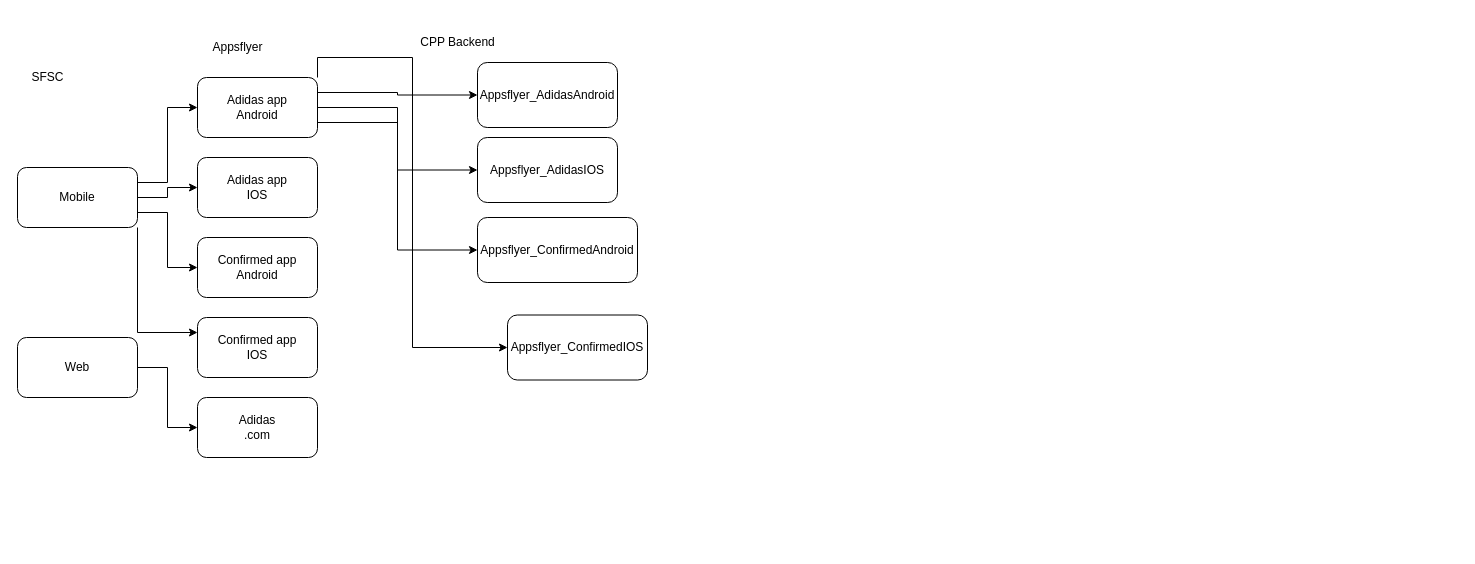
The draw.io diagram Appsflyer.drawio in bhavana184/drawioDiagrams, before the edit. Source tidied: cells renumbered, new cells numbered last; positions are measured from the earlier drawing's top-left corner, leaving out a move shared by most shapes. Both pictures are drawn from the tidied source at 100%, with x=0, y=0 at pixel (17, 27).
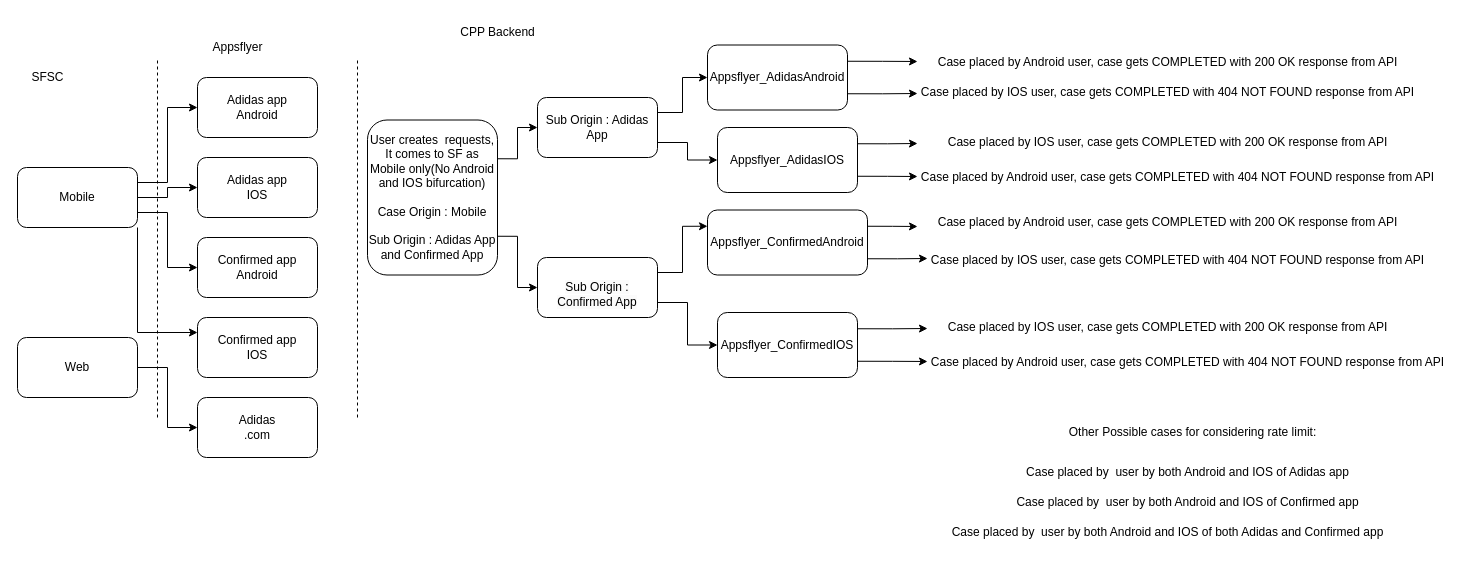
The same page after the edit.

Unchanged cells that the change refers to:
```xml
<mxCell id="14" value="Adidas app&lt;br&gt;Android" style="rounded=1;whiteSpace=wrap;html=1;" parent="1" vertex="1">
  <mxGeometry x="180" y="50" width="120" height="60" as="geometry" />
</mxCell>
```

The edit, as a diff of the source:
```diff
@@
-    <mxCell id="10" style="edgeStyle=orthogonalEdgeStyle;rounded=0;jettySize=auto;html=1;exitX=1;exitY=0.25;exitDx=0;exitDy=0;entryX=0;entryY=0.5;entryDx=0;entryDy=0;" parent="1" edge="1" source="14" target="18">
-      <mxGeometry relative="1" as="geometry" />
-    </mxCell>
-    <mxCell id="11" style="edgeStyle=orthogonalEdgeStyle;rounded=0;jettySize=auto;html=1;exitX=1;exitY=0.5;exitDx=0;exitDy=0;entryX=0;entryY=0.5;entryDx=0;entryDy=0;" parent="1" edge="1" source="14" target="22">
-      <mxGeometry relative="1" as="geometry" />
-    </mxCell>
-    <mxCell id="12" style="edgeStyle=orthogonalEdgeStyle;rounded=0;jettySize=auto;html=1;exitX=1;exitY=0.75;exitDx=0;exitDy=0;entryX=0;entryY=0.5;entryDx=0;entryDy=0;" parent="1" edge="1" source="14" target="23">
-      <mxGeometry relative="1" as="geometry" />
-    </mxCell>
-    <mxCell id="13" style="edgeStyle=orthogonalEdgeStyle;rounded=0;jettySize=auto;html=1;exitX=1;exitY=0;exitDx=0;exitDy=0;entryX=0;entryY=0.5;entryDx=0;entryDy=0;" parent="1" edge="1" source="14" target="24">
-      <mxGeometry relative="1" as="geometry" />
-    </mxCell>
@@
+    <mxCell id="25" style="edgeStyle=orthogonalEdgeStyle;rounded=0;jettySize=auto;html=1;exitX=1;exitY=0.25;exitDx=0;exitDy=0;" parent="1" edge="1" source="18">
+      <mxGeometry relative="1" as="geometry">
+        <mxPoint x="900" y="34" as="targetPoint" />
+      </mxGeometry>
+    </mxCell>
+    <mxCell id="26" style="edgeStyle=orthogonalEdgeStyle;rounded=0;jettySize=auto;html=1;exitX=1;exitY=0.75;exitDx=0;exitDy=0;" parent="1" edge="1" source="18">
+      <mxGeometry relative="1" as="geometry">
+        <mxPoint x="900" y="66" as="targetPoint" />
+      </mxGeometry>
+    </mxCell>
     <mxCell id="18" value="Appsflyer_AdidasAndroid" style="rounded=1;whiteSpace=wrap;html=1;" parent="1" vertex="1">
-      <mxGeometry x="460" y="35" width="140" height="65" as="geometry" />
+      <mxGeometry x="690" y="17.5" width="140" height="65" as="geometry" />
     </mxCell>
@@
     <mxCell id="21" value="CPP Backend" style="text;html=1;align=center;verticalAlign=middle;strokeColor=none;fillColor=none;" parent="1" vertex="1">
-      <mxGeometry x="390" width="100" height="30" as="geometry" />
+      <mxGeometry x="430" y="-10" width="100" height="30" as="geometry" />
     </mxCell>
+    <mxCell id="27" style="edgeStyle=orthogonalEdgeStyle;rounded=0;jettySize=auto;html=1;exitX=1;exitY=0.25;exitDx=0;exitDy=0;" parent="1" edge="1" source="22">
+      <mxGeometry relative="1" as="geometry">
+        <mxPoint x="900" y="116" as="targetPoint" />
+      </mxGeometry>
+    </mxCell>
+    <mxCell id="28" style="edgeStyle=orthogonalEdgeStyle;rounded=0;jettySize=auto;html=1;exitX=1;exitY=0.75;exitDx=0;exitDy=0;" parent="1" edge="1" source="22">
+      <mxGeometry relative="1" as="geometry">
+        <mxPoint x="900" y="149" as="targetPoint" />
+      </mxGeometry>
+    </mxCell>
     <mxCell id="22" value="Appsflyer_AdidasIOS" style="rounded=1;whiteSpace=wrap;html=1;" parent="1" vertex="1">
-      <mxGeometry x="460" y="110" width="140" height="65" as="geometry" />
+      <mxGeometry x="700" y="100" width="140" height="65" as="geometry" />
     </mxCell>
+    <mxCell id="29" style="edgeStyle=orthogonalEdgeStyle;rounded=0;jettySize=auto;html=1;exitX=1;exitY=0.25;exitDx=0;exitDy=0;" parent="1" edge="1" source="23">
+      <mxGeometry relative="1" as="geometry">
+        <mxPoint x="900" y="199" as="targetPoint" />
+      </mxGeometry>
+    </mxCell>
+    <mxCell id="30" style="edgeStyle=orthogonalEdgeStyle;rounded=0;jettySize=auto;html=1;exitX=1;exitY=0.75;exitDx=0;exitDy=0;" parent="1" edge="1" source="23">
+      <mxGeometry relative="1" as="geometry">
+        <mxPoint x="910" y="231" as="targetPoint" />
+      </mxGeometry>
+    </mxCell>
     <mxCell id="23" value="Appsflyer_ConfirmedAndroid" style="rounded=1;whiteSpace=wrap;html=1;" parent="1" vertex="1">
-      <mxGeometry x="460" y="190" width="160" height="65" as="geometry" />
+      <mxGeometry x="690" y="182.5" width="160" height="65" as="geometry" />
     </mxCell>
+    <mxCell id="31" style="edgeStyle=orthogonalEdgeStyle;rounded=0;jettySize=auto;html=1;exitX=1;exitY=0.25;exitDx=0;exitDy=0;" parent="1" edge="1" source="24">
+      <mxGeometry relative="1" as="geometry">
+        <mxPoint x="910" y="301" as="targetPoint" />
+      </mxGeometry>
+    </mxCell>
+    <mxCell id="32" style="edgeStyle=orthogonalEdgeStyle;rounded=0;jettySize=auto;html=1;exitX=1;exitY=0.75;exitDx=0;exitDy=0;" parent="1" edge="1" source="24">
+      <mxGeometry relative="1" as="geometry">
+        <mxPoint x="910" y="334" as="targetPoint" />
+      </mxGeometry>
+    </mxCell>
     <mxCell id="24" value="Appsflyer_ConfirmedIOS" style="rounded=1;whiteSpace=wrap;html=1;" parent="1" vertex="1">
-      <mxGeometry x="490" y="287.5" width="140" height="65" as="geometry" />
+      <mxGeometry x="700" y="285" width="140" height="65" as="geometry" />
     </mxCell>
+    <mxCell id="33" style="endArrow=none;dashed=1;html=1;rounded=0;" parent="1" edge="1">
+      <mxGeometry relative="1" as="geometry">
+        <mxPoint x="140" y="390" as="sourcePoint" />
+        <mxPoint x="140" y="30" as="targetPoint" />
+      </mxGeometry>
+    </mxCell>
+    <mxCell id="34" style="endArrow=none;dashed=1;html=1;rounded=0;" parent="1" edge="1">
+      <mxGeometry relative="1" as="geometry">
+        <mxPoint x="340" y="390" as="sourcePoint" />
+        <mxPoint x="340" y="30" as="targetPoint" />
+      </mxGeometry>
+    </mxCell>
+    <mxCell id="35" style="edgeStyle=orthogonalEdgeStyle;rounded=0;jettySize=auto;html=1;exitX=1;exitY=0.25;exitDx=0;exitDy=0;entryX=0;entryY=0.5;entryDx=0;entryDy=0;" parent="1" edge="1" source="37" target="40">
+      <mxGeometry relative="1" as="geometry" />
+    </mxCell>
+    <mxCell id="36" style="edgeStyle=orthogonalEdgeStyle;rounded=0;jettySize=auto;html=1;exitX=1;exitY=0.75;exitDx=0;exitDy=0;entryX=0;entryY=0.5;entryDx=0;entryDy=0;" parent="1" edge="1" source="37" target="43">
+      <mxGeometry relative="1" as="geometry" />
+    </mxCell>
+    <mxCell id="37" value="User creates&amp;nbsp; requests, It comes to SF as Mobile only(No Android and IOS bifurcation)&lt;br&gt;&lt;br&gt;Case Origin : Mobile&lt;br&gt;&lt;br&gt;Sub Origin : Adidas App&lt;br&gt;and Confirmed App" style="rounded=1;whiteSpace=wrap;html=1;" parent="1" vertex="1">
+      <mxGeometry x="350" y="92.5" width="130" height="155" as="geometry" />
+    </mxCell>
+    <mxCell id="38" style="edgeStyle=orthogonalEdgeStyle;rounded=0;jettySize=auto;html=1;exitX=1;exitY=0.25;exitDx=0;exitDy=0;entryX=0;entryY=0.5;entryDx=0;entryDy=0;" parent="1" edge="1" source="40" target="18">
+      <mxGeometry relative="1" as="geometry" />
+    </mxCell>
+    <mxCell id="39" style="edgeStyle=orthogonalEdgeStyle;rounded=0;jettySize=auto;html=1;exitX=1;exitY=0.75;exitDx=0;exitDy=0;" parent="1" edge="1" source="40" target="22">
+      <mxGeometry relative="1" as="geometry" />
+    </mxCell>
+    <mxCell id="40" value="Sub Origin : Adidas App" style="rounded=1;whiteSpace=wrap;html=1;" parent="1" vertex="1">
+      <mxGeometry x="520" y="70" width="120" height="60" as="geometry" />
+    </mxCell>
+    <mxCell id="41" style="edgeStyle=orthogonalEdgeStyle;rounded=0;jettySize=auto;html=1;exitX=1;exitY=0.25;exitDx=0;exitDy=0;entryX=0;entryY=0.25;entryDx=0;entryDy=0;" parent="1" edge="1" source="43" target="23">
+      <mxGeometry relative="1" as="geometry" />
+    </mxCell>
+    <mxCell id="42" style="edgeStyle=orthogonalEdgeStyle;rounded=0;jettySize=auto;html=1;exitX=1;exitY=0.75;exitDx=0;exitDy=0;entryX=0;entryY=0.5;entryDx=0;entryDy=0;" parent="1" edge="1" source="43" target="24">
+      <mxGeometry relative="1" as="geometry" />
+    </mxCell>
+    <mxCell id="43" value="&lt;br&gt;&lt;span style=&quot;color: rgb(0, 0, 0); font-family: Helvetica; font-size: 12px; font-style: normal; font-variant-ligatures: normal; font-variant-caps: normal; font-weight: 400; letter-spacing: normal; orphans: 2; text-align: center; text-indent: 0px; text-transform: none; widows: 2; word-spacing: 0px; -webkit-text-stroke-width: 0px; background-color: rgb(251, 251, 251); text-decoration-thickness: initial; text-decoration-style: initial; text-decoration-color: initial; float: none; display: inline !important;&quot;&gt;Sub Origin : Confirmed App&lt;/span&gt;&lt;br&gt;" style="rounded=1;whiteSpace=wrap;html=1;" parent="1" vertex="1">
+      <mxGeometry x="520" y="230" width="120" height="60" as="geometry" />
+    </mxCell>
+    <mxCell id="44" value="Case placed by Android user, case gets COMPLETED with 200 OK response from API" style="text;html=1;align=center;verticalAlign=middle;strokeColor=none;fillColor=none;" parent="1" vertex="1">
+      <mxGeometry x="910" y="20" width="480" height="30" as="geometry" />
+    </mxCell>
+    <mxCell id="45" value="Case placed by IOS user, case gets COMPLETED with 404 NOT FOUND response from API" style="text;html=1;align=center;verticalAlign=middle;strokeColor=none;fillColor=none;" parent="1" vertex="1">
+      <mxGeometry x="890" y="50" width="520" height="30" as="geometry" />
+    </mxCell>
+    <mxCell id="46" value="Case placed by Android user, case gets COMPLETED with 200 OK response from API" style="text;html=1;align=center;verticalAlign=middle;strokeColor=none;fillColor=none;" parent="1" vertex="1">
+      <mxGeometry x="910" y="180" width="480" height="30" as="geometry" />
+    </mxCell>
+    <mxCell id="47" value="Case placed by IOS user, case gets COMPLETED with 200 OK response from API" style="text;html=1;align=center;verticalAlign=middle;strokeColor=none;fillColor=none;" parent="1" vertex="1">
+      <mxGeometry x="920" y="100" width="460" height="30" as="geometry" />
+    </mxCell>
+    <mxCell id="48" value="Case placed by IOS user, case gets COMPLETED with 200 OK response from API" style="text;html=1;align=center;verticalAlign=middle;strokeColor=none;fillColor=none;" parent="1" vertex="1">
+      <mxGeometry x="920" y="285" width="460" height="30" as="geometry" />
+    </mxCell>
+    <mxCell id="49" value="Case placed by Android user, case gets COMPLETED with 404 NOT FOUND response from API" style="text;html=1;align=center;verticalAlign=middle;strokeColor=none;fillColor=none;" parent="1" vertex="1">
+      <mxGeometry x="890" y="135" width="540" height="30" as="geometry" />
+    </mxCell>
+    <mxCell id="50" value="Case placed by IOS user, case gets COMPLETED with 404 NOT FOUND response from API" style="text;html=1;align=center;verticalAlign=middle;strokeColor=none;fillColor=none;" parent="1" vertex="1">
+      <mxGeometry x="900" y="217.5" width="520" height="30" as="geometry" />
+    </mxCell>
+    <mxCell id="51" value="Case placed by Android user, case gets COMPLETED with 404 NOT FOUND response from API" style="text;html=1;align=center;verticalAlign=middle;strokeColor=none;fillColor=none;" parent="1" vertex="1">
+      <mxGeometry x="900" y="320" width="540" height="30" as="geometry" />
+    </mxCell>
+    <mxCell id="52" value="Case placed by&amp;nbsp; user by both Android and IOS of Adidas app" style="text;html=1;align=center;verticalAlign=middle;strokeColor=none;fillColor=none;" parent="1" vertex="1">
+      <mxGeometry x="995" y="430" width="350" height="30" as="geometry" />
+    </mxCell>
+    <mxCell id="53" value="Case placed by&amp;nbsp; user by both Android and IOS of Confirmed app" style="text;html=1;align=center;verticalAlign=middle;strokeColor=none;fillColor=none;" parent="1" vertex="1">
+      <mxGeometry x="985" y="460" width="370" height="30" as="geometry" />
+    </mxCell>
+    <mxCell id="54" value="Case placed by&amp;nbsp; user by both Android and IOS of both Adidas and Confirmed app" style="text;html=1;align=center;verticalAlign=middle;strokeColor=none;fillColor=none;" parent="1" vertex="1">
+      <mxGeometry x="920" y="490" width="460" height="30" as="geometry" />
+    </mxCell>
+    <mxCell id="55" value="Other Possible cases for considering rate limit:" style="text;html=1;align=center;verticalAlign=middle;strokeColor=none;fillColor=none;" parent="1" vertex="1">
+      <mxGeometry x="1040" y="390" width="270" height="30" as="geometry" />
+    </mxCell>
```
